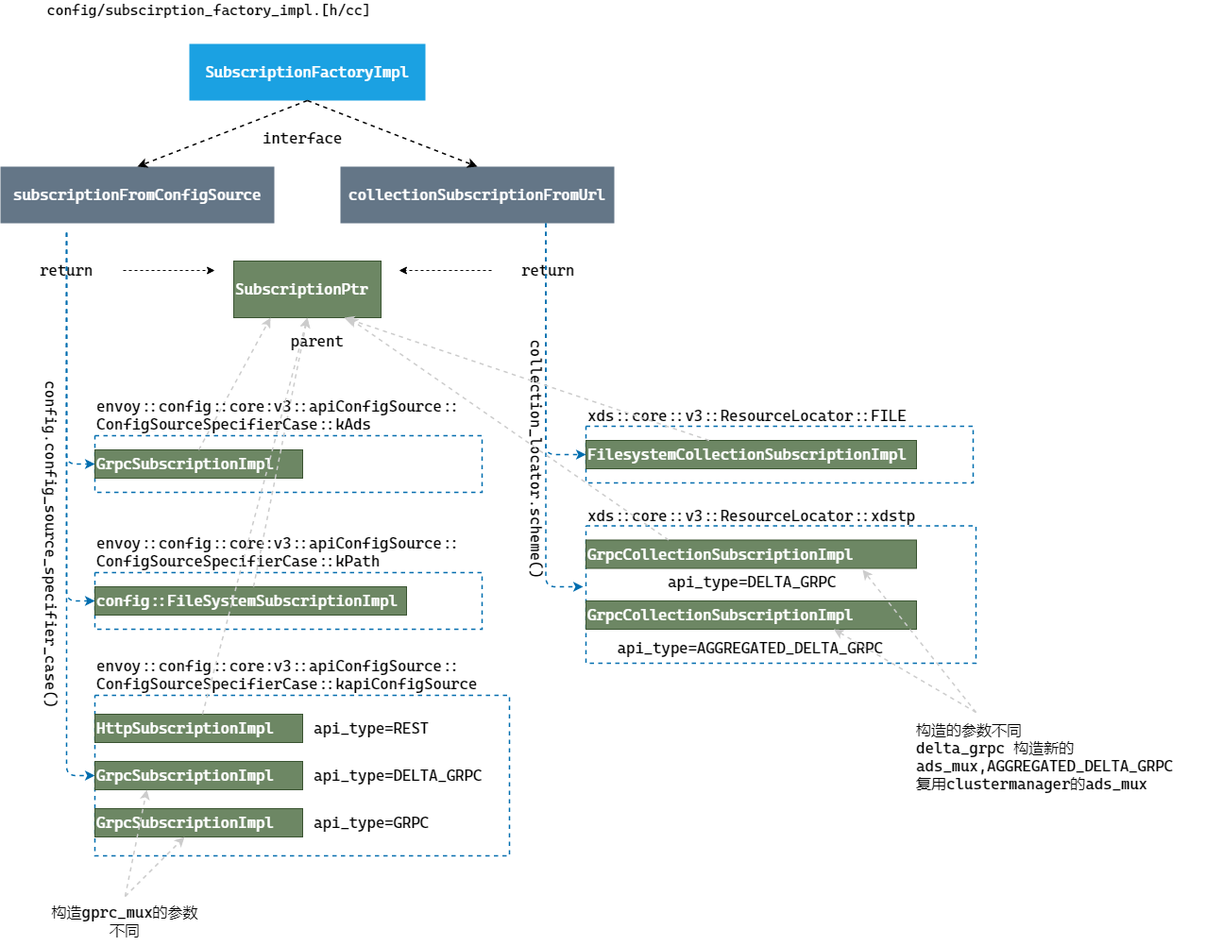
Earlier version of the draw.io export envoy/assets/subscriptionfactory.drawio.png (pycer/note). Source tidied: cells renumbered, new cells last; positions are measured from the earlier drawing's top-left corner, leaving out a move shared by most shapes.
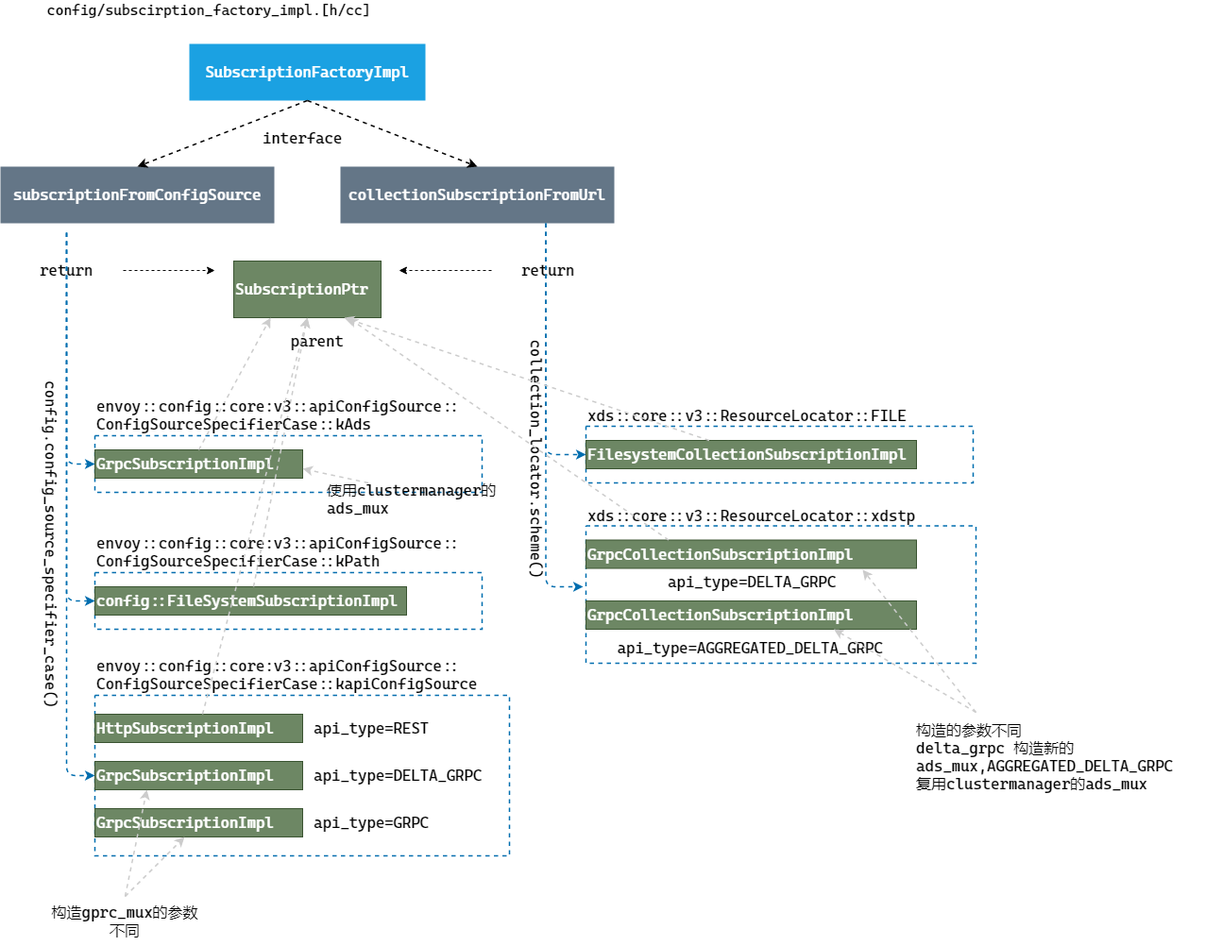
The same file after the commit.

Commit message:
[envoy] subscriptionfactory modify

Diff of the diagram source:
```diff
@@ -201,5 +201,13 @@
         <mxPoint x="385" y="286" as="targetPoint" />
       </mxGeometry>
     </mxCell>
+    <mxCell id="56" value="&lt;font face=&quot;cascadia code&quot;&gt;使用clustermanager的ads_mux&lt;/font&gt;" style="text;html=1;strokeColor=none;fillColor=none;align=left;verticalAlign=middle;whiteSpace=wrap;rounded=0;glass=0;dashed=1;sketch=0;fontSize=16;" parent="1" vertex="1">
+      <mxGeometry x="502" y="511" width="182" height="33" as="geometry" />
+    </mxCell>
+    <mxCell id="57" style="endArrow=classic;html=1;dashed=1;fontSize=16;strokeColor=#CCCCCC;strokeWidth=1.5;entryX=0.837;entryY=1.048;entryDx=0;entryDy=0;entryPerimeter=0;exitX=0.25;exitY=0;exitDx=0;exitDy=0;" parent="1" edge="1" source="56">
+      <mxGeometry relative="1" as="geometry">
+        <mxPoint x="478" y="496" as="targetPoint" />
+      </mxGeometry>
+    </mxCell>
   </root>
 </mxGraphModel>
```
